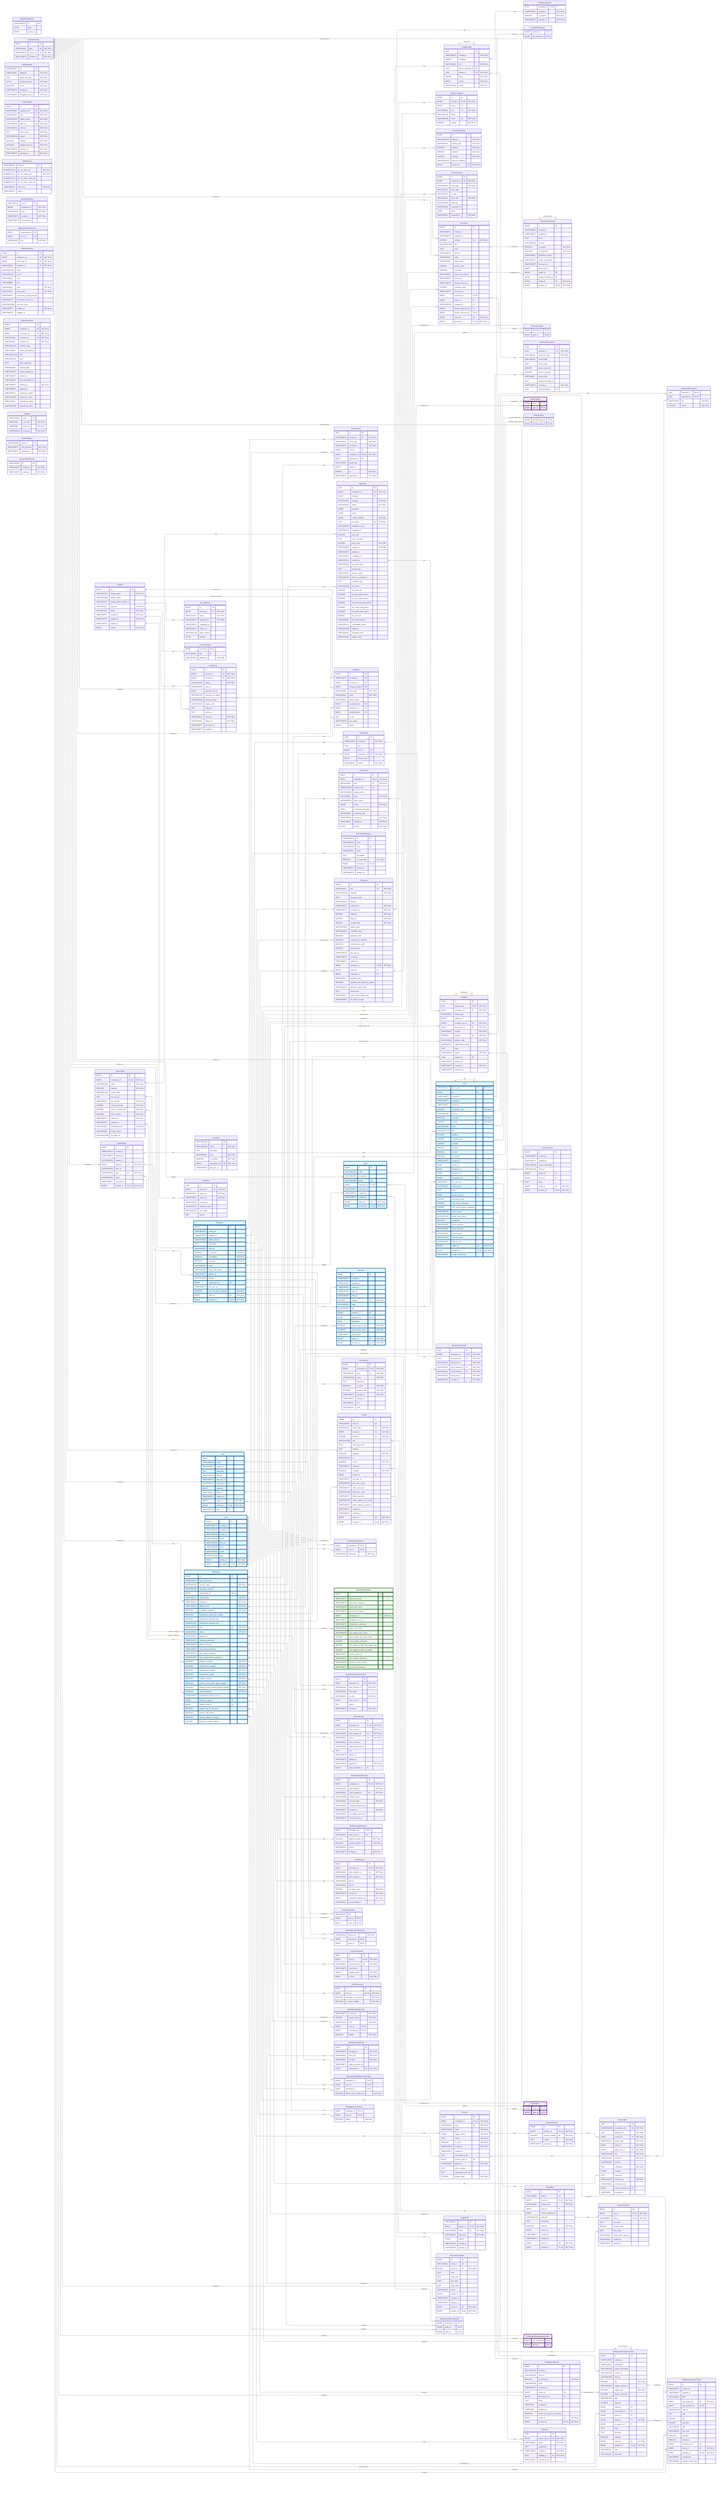
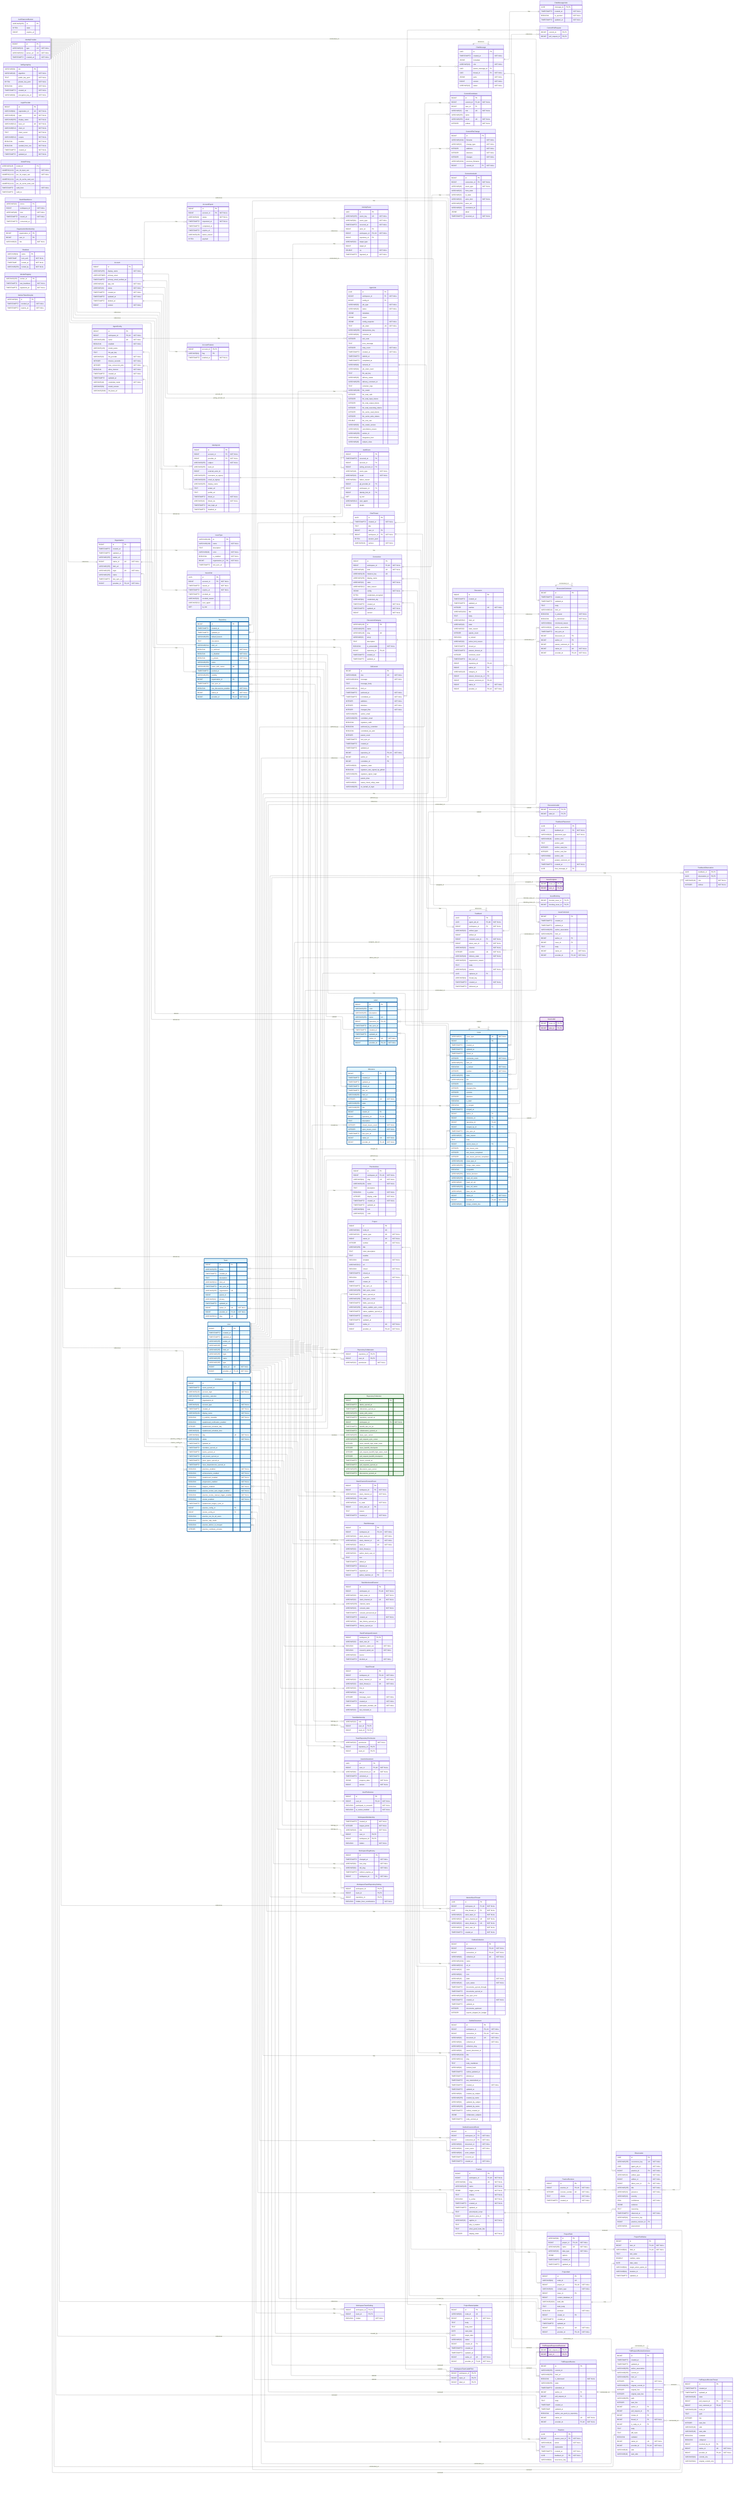
---
config:
    layout: elk
---
erDiagram
    %% Generated automatically from PostgreSQL database schema
    %% using scripts/generate-mermaid-erd.ts
    %% To regenerate: pnpm run db:generate-erd-docs

    direction LR

    Account {
        BIGINT id PK
        VARCHAR(255) display_name "NOT NULL"
        USER-DEFINED primary_email
        TIMESTAMPTZ primary_email_verified_at
        VARCHAR(16) app_role "NOT NULL"
        VARCHAR(16) status "NOT NULL"
        TIMESTAMPTZ created_at "NOT NULL"
        TIMESTAMPTZ updated_at "NOT NULL"
        TIMESTAMPTZ deleted_at
        BIGINT version "NOT NULL"
    }

    AccountExport {
        BIGINT id PK
        BIGINT account_id FK "NOT NULL"
        VARCHAR(16) status "NOT NULL"
        TIMESTAMPTZ requested_at "NOT NULL"
        TIMESTAMPTZ completed_at
        TIMESTAMPTZ expires_at
        VARCHAR(128) failure_reason
        BYTEA payload
    }

    AccountFeature {
        BIGINT account_id PK,FK
        VARCHAR(64) flag PK
        TIMESTAMPTZ enabled_at "NOT NULL"
    }

    ActivityEvent {
        UUID id PK
        VARCHAR(255) event_key UK "NOT NULL"
        VARCHAR(64) event_type "NOT NULL"
        TIMESTAMPTZ occurred_at "NOT NULL"
        BIGINT actor_id FK
        BIGINT workspace_id FK,UK "NOT NULL"
        BIGINT repository_id FK
        VARCHAR(32) target_type
        BIGINT target_id
        DOUBLE xp "NOT NULL"
        TIMESTAMPTZ ingested_at "NOT NULL"
    }

    AgentConfig {
        BIGINT id PK
        BIGINT workspace_id FK,UK "NOT NULL"
        VARCHAR(100) name UK "NOT NULL"
        BOOLEAN enabled "NOT NULL"
        VARCHAR(128) model_name
        TEXT llm_api_key
        VARCHAR(32) llm_provider "NOT NULL"
        INTEGER timeout_seconds "NOT NULL"
        INTEGER max_concurrent_jobs "NOT NULL"
        BOOLEAN allow_internet "NOT NULL"
        TIMESTAMPTZ created_at "NOT NULL"
        TIMESTAMPTZ updated_at
        VARCHAR(16) credential_mode "NOT NULL"
        VARCHAR(50) model_version
        VARCHAR(2048) llm_base_url
    }

    AgentJob {
        UUID id PK
        BIGINT workspace_id FK "NOT NULL"
        BIGINT config_id FK
        VARCHAR(50) job_type "NOT NULL"
        VARCHAR(20) status "NOT NULL"
        JSONB metadata
        JSONB output
        JSONB config_snapshot "NOT NULL"
        TEXT job_token UK "NOT NULL"
        VARCHAR(255) idempotency_key
        VARCHAR(64) container_id
        INTEGER exit_code
        TEXT error_message
        INTEGER retry_count "NOT NULL"
        TIMESTAMPTZ created_at "NOT NULL"
        TIMESTAMPTZ started_at
        TIMESTAMPTZ completed_at
        VARCHAR(64) network_id
        VARCHAR(64) job_token_hash
        TEXT llm_api_key
        VARCHAR(20) delivery_status
        VARCHAR(255) delivery_comment_id
        TEXT container_logs
        VARCHAR(100) llm_model
        INTEGER llm_total_calls
        INTEGER llm_total_input_tokens
        INTEGER llm_total_output_tokens
        INTEGER llm_total_reasoning_tokens
        INTEGER llm_cache_read_tokens
        INTEGER llm_cache_write_tokens
        DOUBLE llm_cost_usd
        VARCHAR(50) llm_model_version
        VARCHAR(32) cancellation_reason
        VARCHAR(255) worker_id
        VARCHAR(48) integration_kind
        VARCHAR(48) subject_class
    }

    AuthEvent {
        BIGINT id PK
        TIMESTAMPTZ occurred_at PK
        BIGINT account_id FK
        BIGINT acting_account_id FK
        VARCHAR(48) event_type "NOT NULL"
        VARCHAR(16) result "NOT NULL"
        VARCHAR(64) failure_reason
        BIGINT git_provider_id FK
        BIGINT workspace_id FK
        BIGINT identity_link_id FK
        INET ip_inet
        VARCHAR(512) user_agent
        JSONB details
    }

    AuthRateLimitBucket {
        VARCHAR(255) id PK
        BYTEA state
        BIGINT expires_at
    }

    ChatMessage {
        UUID id PK
        TIMESTAMPTZ created_at "NOT NULL"
        JSONB metadata
        VARCHAR(16) role "NOT NULL"
        UUID parent_message_id FK
        UUID thread_id FK "NOT NULL"
        JSONB parts "NOT NULL"
        BIGINT version "NOT NULL"
        VARCHAR(16) status "NOT NULL"
    }

    ChatMessageVote {
        UUID message_id PK,FK
        TIMESTAMPTZ created_at "NOT NULL"
        BOOLEAN is_upvoted "NOT NULL"
        TIMESTAMPTZ updated_at "NOT NULL"
    }

    ChatThread {
        UUID id PK
        TIMESTAMPTZ created_at "NOT NULL"
        TEXT title
        BIGINT user_id FK
        BIGINT workspace_id FK "NOT NULL"
        BYTEA session_jsonl
        VARCHAR(16) surface "NOT NULL"
    }

    CommitContributor {
        BIGINT id PK
        BIGINT commit_id FK,UK "NOT NULL"
        BIGINT user_id FK
        VARCHAR(32) role UK "NOT NULL"
        VARCHAR(255) name
        VARCHAR(255) email UK "NOT NULL"
        INTEGER ordinal "NOT NULL"
    }

    CommitFileChange {
        BIGINT id PK
        VARCHAR(1024) filename "NOT NULL"
        VARCHAR(32) change_type "NOT NULL"
        INTEGER additions "NOT NULL"
        INTEGER deletions "NOT NULL"
        INTEGER changes "NOT NULL"
        VARCHAR(1024) previous_filename
        BIGINT commit_id FK "NOT NULL"
    }

    CommitPullRequest {
        BIGINT commit_id PK,FK
        BIGINT pull_request_id PK,FK
    }

    Connection {
        BIGINT id PK
        BIGINT workspace_id FK,UK "NOT NULL"
        VARCHAR(48) kind UK "NOT NULL"
        VARCHAR(128) instance_key UK
        VARCHAR(256) display_name
        VARCHAR(32) state "NOT NULL"
        VARCHAR(512) state_reason
        JSONB config "NOT NULL"
        BYTEA credentials_encrypted
        VARCHAR(64) credentials_alg
        TIMESTAMPTZ created_at "NOT NULL"
        TIMESTAMPTZ updated_at "NOT NULL"
        BIGINT version "NOT NULL"
    }

    ConnectionAudit {
        BIGINT id PK
        BIGINT connection_id FK "NOT NULL"
        VARCHAR(48) event_type "NOT NULL"
        VARCHAR(32) from_state
        VARCHAR(32) to_state
        VARCHAR(32) actor_kind "NOT NULL"
        VARCHAR(256) actor_ref
        VARCHAR(64) correlation_id
        JSONB detail
        TIMESTAMPTZ occurred_at "NOT NULL"
    }

    Discussion {
        BIGINT id PK
        TIMESTAMPTZ created_at
        TIMESTAMPTZ updated_at
        INTEGER number UK "NOT NULL"
        VARCHAR(1024) title
        TEXT body
        VARCHAR(512) html_url
        VARCHAR(16) state
        VARCHAR(32) state_reason
        INTEGER upvote_count
        BOOLEAN is_locked
        VARCHAR(32) active_lock_reason
        TIMESTAMPTZ closed_at
        TIMESTAMPTZ answer_chosen_at
        INTEGER comment_count
        TIMESTAMPTZ last_sync_at
        BIGINT repository_id FK,UK
        BIGINT author_id FK
        VARCHAR(128) category_id FK
        BIGINT answer_chosen_by_id FK
        BIGINT answer_comment_id FK,UK
        BIGINT native_id UK "NOT NULL"
        BIGINT provider_id FK,UK "NOT NULL"
    }

    DiscussionCategory {
        VARCHAR(128) id PK
        VARCHAR(255) name
        VARCHAR(128) slug UK
        VARCHAR(32) emoji
        TEXT description
        BOOLEAN is_answerable "NOT NULL"
        BIGINT repository_id FK,UK
        TIMESTAMPTZ created_at
        TIMESTAMPTZ updated_at
    }

    DiscussionComment {
        BIGINT id PK
        TIMESTAMPTZ created_at
        TIMESTAMPTZ updated_at
        TEXT body
        VARCHAR(512) html_url
        BOOLEAN is_answer "NOT NULL"
        BOOLEAN is_minimized "NOT NULL"
        VARCHAR(64) minimized_reason
        VARCHAR(32) author_association
        TIMESTAMPTZ last_sync_at
        BIGINT discussion_id FK
        BIGINT author_id FK
        BIGINT parent_comment_id FK
        BIGINT native_id UK "NOT NULL"
        BIGINT provider_id FK,UK "NOT NULL"
    }

    DiscussionLabel {
        BIGINT discussion_id PK,FK
        BIGINT label_id PK,FK
    }

    Feedback {
        UUID id PK
        UUID agent_job_id FK,UK "NOT NULL"
        BIGINT workspace_id FK "NOT NULL"
        VARCHAR(32) artifact_type
        BIGINT artifact_id
        BIGINT recipient_user_id FK "NOT NULL"
        BIGINT about_user_id FK "NOT NULL"
        VARCHAR(32) channel "NOT NULL"
        INTEGER position UK "NOT NULL"
        VARCHAR(16) delivery_state "NOT NULL"
        VARCHAR(32) suppression_reason
        TEXT body
        VARCHAR(16) source "NOT NULL"
        UUID replaces_id FK
        VARCHAR(64) thread_key
        TIMESTAMPTZ created_at "NOT NULL"
        TIMESTAMPTZ delivered_at
    }

    FeedbackObservation {
        UUID feedback_id PK,FK
        UUID observation_id PK,FK
        VARCHAR(16) role "NOT NULL"
        INTEGER ordinal "NOT NULL"
    }

    FeedbackPlacement {
        UUID id PK
        UUID feedback_id FK "NOT NULL"
        VARCHAR(32) placement_type "NOT NULL"
        VARCHAR(16) anchor_kind
        TEXT anchor_path
        INTEGER anchor_start_line
        INTEGER anchor_end_line
        VARCHAR(8) anchor_side
        TEXT posted_comment_ref
        TIMESTAMPTZ created_at "NOT NULL"
        UUID chat_message_id FK
    }

    GitCommit {
        BIGINT id PK
        VARCHAR(40) sha UK "NOT NULL"
        VARCHAR(1024) message "NOT NULL"
        TEXT message_body
        VARCHAR(512) html_url
        TIMESTAMPTZ authored_at "NOT NULL"
        TIMESTAMPTZ committed_at "NOT NULL"
        INTEGER additions "NOT NULL"
        INTEGER deletions "NOT NULL"
        INTEGER changed_files "NOT NULL"
        VARCHAR(255) author_email
        VARCHAR(255) committer_email
        BOOLEAN signature_valid
        BOOLEAN authored_by_committer
        BOOLEAN committed_via_web
        INTEGER parent_count
        TIMESTAMPTZ last_sync_at
        TIMESTAMPTZ created_at
        TIMESTAMPTZ updated_at
        BIGINT repository_id FK,UK "NOT NULL"
        BIGINT author_id FK
        BIGINT committer_id FK
        VARCHAR(32) signature_state
        BOOLEAN signature_was_signed_by_github
        VARCHAR(255) signature_signer_login
        TEXT parent_shas
        VARCHAR(32) status_check_rollup_state
        VARCHAR(255) on_behalf_of_login
    }

    IdentityLink {
        BIGINT id PK
        BIGINT account_id FK "NOT NULL"
        BIGINT provider_id FK "NOT NULL"
        VARCHAR(255) subject "NOT NULL"
        VARCHAR(255) team_id
        BIGINT external_actor_id
        VARCHAR(255) username_at_signup
        VARCHAR(320) email_at_signup
        VARCHAR(255) display_name
        TEXT avatar_url
        TEXT profile_url
        TIMESTAMPTZ linked_at "NOT NULL"
        VARCHAR(16) linked_via "NOT NULL"
        TIMESTAMPTZ last_login_at
        TIMESTAMPTZ disabled_at
    }

    IdentityProvider {
        BIGINT id PK
        VARCHAR(10) type UK "NOT NULL"
        VARCHAR(512) server_url UK "NOT NULL"
        TIMESTAMPTZ created_at "NOT NULL"
    }

    Issue {
        VARCHAR(31) issue_type UK "NOT NULL"
        BIGINT id PK
        TIMESTAMPTZ created_at
        TIMESTAMPTZ updated_at
        TIMESTAMPTZ closed_at
        INTEGER comments_count "NOT NULL"
        VARCHAR(255) html_url
        BOOLEAN is_locked "NOT NULL"
        INTEGER number UK "NOT NULL"
        VARCHAR(255) state
        VARCHAR(1024) title
        INTEGER additions
        INTEGER changed_files
        INTEGER commits
        INTEGER deletions
        BOOLEAN is_draft
        BOOLEAN is_merged
        TIMESTAMPTZ merged_at
        BIGINT author_id FK
        BIGINT milestone_id FK
        BIGINT repository_id FK,UK
        BIGINT merged_by_id FK
        TIMESTAMPTZ last_sync_at
        VARCHAR(32) state_reason
        TEXT body
        BIGINT parent_issue_id FK
        INTEGER sub_issues_total
        INTEGER sub_issues_completed
        INTEGER sub_issues_percent_completed
        VARCHAR(128) issue_type_id FK
        VARCHAR(255) merge_state_status
        BOOLEAN mergeable
        VARCHAR(255) review_decision
        VARCHAR(255) head_ref_name
        VARCHAR(40) head_ref_oid
        VARCHAR(255) base_ref_name
        VARCHAR(40) base_ref_oid
        BIGINT native_id UK "NOT NULL"
        BIGINT provider_id FK,UK "NOT NULL"
        VARCHAR(40) merge_commit_sha
    }

    IssueAssignee {
        BIGINT issue_id PK,FK
        BIGINT user_id PK,FK
    }

    IssueBlocking {
        BIGINT blocked_issue_id PK,FK
        BIGINT blocking_issue_id PK,FK
    }

    IssueComment {
        BIGINT id PK
        TIMESTAMPTZ created_at
        TIMESTAMPTZ updated_at
        VARCHAR(255) author_association
        VARCHAR(255) html_url
        BIGINT author_id FK
        BIGINT issue_id FK
        TEXT body
        BIGINT native_id UK "NOT NULL"
        BIGINT provider_id FK,UK "NOT NULL"
    }

    IssueLabel {
        BIGINT issue_id PK,FK
        BIGINT label_id PK,FK
    }

    IssueType {
        VARCHAR(128) id PK
        VARCHAR(128) name "NOT NULL"
        TEXT description
        VARCHAR(20) color "NOT NULL"
        BOOLEAN is_enabled "NOT NULL"
        BIGINT organization_id FK "NOT NULL"
        TIMESTAMPTZ last_sync_at
    }

    IssuedJwt {
        UUID jti PK
        BIGINT account_id FK "NOT NULL"
        TIMESTAMPTZ issued_at "NOT NULL"
        TIMESTAMPTZ expires_at "NOT NULL"
        TIMESTAMPTZ revoked_at
        VARCHAR(32) revoked_reason
        VARCHAR(512) user_agent
        INET ip_inet
    }

    JwtSigningKey {
        VARCHAR(64) kid PK
        VARCHAR(16) algorithm "NOT NULL"
        TEXT public_key_pem "NOT NULL"
        BYTEA private_key_pem "NOT NULL"
        BOOLEAN active "NOT NULL"
        TIMESTAMPTZ created_at "NOT NULL"
        VARCHAR(64) encryption_key_id "NOT NULL"
    }

    Label {
        BIGINT id PK
        VARCHAR(255) color
        VARCHAR(255) description
        VARCHAR(255) name UK
        BIGINT repository_id FK,UK
        TIMESTAMPTZ last_sync_at
        TIMESTAMPTZ created_at
        TIMESTAMPTZ updated_at
        BIGINT native_id UK "NOT NULL"
        BIGINT provider_id FK,UK "NOT NULL"
    }

    LoginProvider {
        BIGINT id PK
        VARCHAR(64) registration_id UK "NOT NULL"
        VARCHAR(10) type UK "NOT NULL"
        VARCHAR(255) display_name "NOT NULL"
        VARCHAR(512) base_url UK "NOT NULL"
        VARCHAR(512) client_id "NOT NULL"
        TEXT client_secret "NOT NULL"
        VARCHAR(512) scopes "NOT NULL"
        BOOLEAN enabled "NOT NULL"
        BOOLEAN seeded_from_env "NOT NULL"
        TIMESTAMPTZ created_at "NOT NULL"
        TIMESTAMPTZ updated_at "NOT NULL"
    }

    MentorSlackThread {
        UUID id PK
        BIGINT workspace_id FK,UK "NOT NULL"
        UUID chat_thread_id FK "NOT NULL"
        VARCHAR(32) slack_team_id "NOT NULL"
        VARCHAR(32) slack_channel_id UK "NOT NULL"
        VARCHAR(32) slack_thread_ts UK "NOT NULL"
        VARCHAR(32) slack_user_id "NOT NULL"
        TIMESTAMPTZ created_at "NOT NULL"
    }

    Milestone {
        BIGINT id PK
        TIMESTAMPTZ created_at
        TIMESTAMPTZ updated_at
        TIMESTAMPTZ closed_at
        TIMESTAMPTZ due_on
        VARCHAR(255) html_url
        INTEGER number UK "NOT NULL"
        VARCHAR(255) state
        VARCHAR(255) title
        BIGINT creator_id FK
        BIGINT repository_id FK,UK
        TEXT description
        INTEGER closed_issues_count "NOT NULL"
        INTEGER open_issues_count "NOT NULL"
        TIMESTAMPTZ last_sync_at
        BIGINT native_id UK "NOT NULL"
        BIGINT provider_id FK,UK "NOT NULL"
    }

    ModelPricing {
        VARCHAR(128) model_id PK
        NUMERIC(12,6) per_1k_input_usd "NOT NULL"
        NUMERIC(12,6) per_1k_output_usd "NOT NULL"
        NUMERIC(12,6) per_1k_cache_read_usd
        NUMERIC(12,6) per_1k_cache_write_usd
        TIMESTAMPTZ valid_from "NOT NULL"
        TIMESTAMPTZ valid_to
    }

    OauthStateNonce {
        VARCHAR(32) nonce PK
        BIGINT workspace_id "NOT NULL"
        VARCHAR(48) kind "NOT NULL"
        TIMESTAMPTZ issued_at "NOT NULL"
        TIMESTAMPTZ consumed_at
    }

    Observation {
        UUID id PK
        VARCHAR(255) occurrence_key UK "NOT NULL"
        UUID agent_job_id "NOT NULL"
        BIGINT practice_id FK "NOT NULL"
        VARCHAR(32) artifact_type "NOT NULL"
        BIGINT artifact_id "NOT NULL"
        BIGINT about_user_id FK "NOT NULL"
        VARCHAR(255) title "NOT NULL"
        VARCHAR(16) presence "NOT NULL"
        VARCHAR(16) severity
        REAL confidence "NOT NULL"
        JSONB evidence
        TEXT reasoning
        TIMESTAMPTZ observed_at "NOT NULL"
        VARCHAR(64) recurrence_key
        BIGINT practice_revision_id FK
        VARCHAR(8) assessment
    }

    Organization {
        BIGINT id PK
        TIMESTAMPTZ created_at
        TIMESTAMPTZ updated_at
        VARCHAR(255) avatar_url
        BIGINT native_id UK "NOT NULL"
        VARCHAR(255) html_url
        VARCHAR(255) login UK "NOT NULL"
        VARCHAR(255) name
        TIMESTAMPTZ last_sync_at
        BIGINT provider_id FK,UK "NOT NULL"
    }

    OrganizationMembership {
        BIGINT organization_id PK
        BIGINT user_id PK
        VARCHAR(32) role "NOT NULL"
    }

    OutlineCollection {
        BIGINT id PK
-         BIGINT workspace_id UK "NOT NULL"
-         BIGINT connection_id UK "NOT NULL"
+         BIGINT workspace_id FK,UK "NOT NULL"
+         BIGINT connection_id FK,UK "NOT NULL"
        VARCHAR(64) collection_id UK "NOT NULL"
        VARCHAR(1024) name
        VARCHAR(512) url_id
        VARCHAR(32) color
        VARCHAR(64) icon
        VARCHAR(16) state "NOT NULL"
        VARCHAR(16) sync_status "NOT NULL"
        TIMESTAMPTZ documents_synced_through
        TIMESTAMPTZ documents_synced_at
        VARCHAR(2048) last_sync_error
        TIMESTAMPTZ created_at "NOT NULL"
        TIMESTAMPTZ updated_at
+         INTEGER documents_upstream
+         INTEGER exports_skipped_for_budget
    }

    OutlineDocument {
        BIGINT id PK
-         BIGINT workspace_id UK "NOT NULL"
-         BIGINT connection_id UK "NOT NULL"
+         BIGINT workspace_id FK,UK "NOT NULL"
+         BIGINT connection_id FK,UK "NOT NULL"
        VARCHAR(64) document_id UK "NOT NULL"
        VARCHAR(64) collection_id "NOT NULL"
        VARCHAR(512) collection_slug
        VARCHAR(64) parent_document_id
        VARCHAR(1024) title
        VARCHAR(512) slug
        TEXT body_markdown
        VARCHAR(64) content_hash
        TIMESTAMPTZ outline_updated_at
        TIMESTAMPTZ deleted_at
        TIMESTAMPTZ last_materialized_at
        TIMESTAMPTZ created_at "NOT NULL"
        TIMESTAMPTZ updated_at
        VARCHAR(64) created_by_subject
        VARCHAR(255) created_by_name
        VARCHAR(64) updated_by_subject
        VARCHAR(255) updated_by_name
+         TIMESTAMPTZ outline_created_at
+         JSONB collaborator_subjects
+         TIMESTAMPTZ body_evicted_at
+     }
+ 
+     OutlineDocumentEvent {
+         BIGINT id PK
+         BIGINT workspace_id FK "NOT NULL"
+         BIGINT connection_id FK "NOT NULL"
+         VARCHAR(64) document_id "NOT NULL"
+         VARCHAR(64) event_name "NOT NULL"
+         VARCHAR(64) actor_subject
+         TIMESTAMPTZ occurred_at
+         TIMESTAMPTZ created_at "NOT NULL"
    }

    Practice {
        BIGINT id PK
        BIGINT workspace_id FK,UK "NOT NULL"
        VARCHAR(64) slug UK "NOT NULL"
        VARCHAR(128) name "NOT NULL"
        JSONB trigger_events "NOT NULL"
        TEXT criteria "NOT NULL"
        BOOLEAN is_active "NOT NULL"
        TIMESTAMPTZ created_at "NOT NULL"
        TIMESTAMPTZ updated_at
        TEXT precompute_script
        BIGINT practice_area_id FK
        VARCHAR(32) applies_to "NOT NULL"
        TEXT why_it_matters
        TEXT what_good_looks_like
        INTEGER display_order "NOT NULL"
    }

    PracticeArea {
        BIGINT id PK
        BIGINT workspace_id FK,UK "NOT NULL"
        VARCHAR(64) slug UK "NOT NULL"
        VARCHAR(128) name "NOT NULL"
        TEXT description
        BOOLEAN is_active "NOT NULL"
        INTEGER display_order "NOT NULL"
        TIMESTAMPTZ created_at "NOT NULL"
        TIMESTAMPTZ updated_at
        VARCHAR(64) icon
        VARCHAR(32) color
    }

    PracticeRevision {
        BIGINT id PK
        BIGINT practice_id FK,UK "NOT NULL"
        INTEGER revision_number UK "NOT NULL"
        TEXT criteria "NOT NULL"
        TIMESTAMPTZ created_at "NOT NULL"
    }

    Project {
        BIGINT id PK
        VARCHAR(64) node_id UK
        VARCHAR(32) owner_type UK "NOT NULL"
        BIGINT owner_id UK "NOT NULL"
        INTEGER number UK "NOT NULL"
        VARCHAR(256) title
        TEXT short_description
        TEXT readme
        BOOLEAN template "NOT NULL"
        VARCHAR(512) url
        BOOLEAN closed "NOT NULL"
        TIMESTAMPTZ closed_at
        BOOLEAN is_public "NOT NULL"
        BIGINT creator_id FK
        TIMESTAMPTZ last_sync_at
        VARCHAR(256) item_sync_cursor
        TIMESTAMPTZ items_synced_at
        VARCHAR(256) field_sync_cursor
        TIMESTAMPTZ fields_synced_at
        VARCHAR(256) status_update_sync_cursor
        TIMESTAMPTZ status_updates_synced_at
        TIMESTAMPTZ created_at
        TIMESTAMPTZ updated_at
        BIGINT native_id UK "NOT NULL"
        BIGINT provider_id FK,UK "NOT NULL"
    }

    ProjectField {
        VARCHAR(64) id PK
        BIGINT project_id FK,UK "NOT NULL"
        VARCHAR(256) name UK "NOT NULL"
        VARCHAR(32) data_type "NOT NULL"
        JSONB options
        TIMESTAMPTZ created_at
        TIMESTAMPTZ updated_at
    }

    ProjectFieldValue {
        BIGINT id PK
        BIGINT item_id FK,UK "NOT NULL"
        VARCHAR(64) field_id FK,UK "NOT NULL"
        TEXT text_value
        DOUBLE number_value
        DATE date_value
        VARCHAR(64) single_select_option_id
        VARCHAR(64) iteration_id
        TIMESTAMPTZ updated_at
    }

    ProjectItem {
        BIGINT id PK
        VARCHAR(64) node_id UK
        BIGINT project_id FK,UK "NOT NULL"
        VARCHAR(32) content_type "NOT NULL"
        BIGINT issue_id FK
        BIGINT content_database_id
        VARCHAR(1024) draft_title
        TEXT draft_body
        BOOLEAN archived "NOT NULL"
        BIGINT creator_id FK
        TIMESTAMPTZ created_at
        TIMESTAMPTZ updated_at
        BIGINT native_id UK "NOT NULL"
        BIGINT provider_id FK,UK "NOT NULL"
    }

    ProjectStatusUpdate {
        BIGINT id PK
        VARCHAR(64) node_id UK
        BIGINT project_id FK "NOT NULL"
        TEXT body
        TEXT body_html
        DATE start_date
        DATE target_date
        VARCHAR(32) status
        BIGINT creator_id FK
        TIMESTAMPTZ created_at
        TIMESTAMPTZ updated_at
        BIGINT native_id UK "NOT NULL"
        BIGINT provider_id FK,UK "NOT NULL"
    }

    PullRequestRequestedReviewer {
        BIGINT pull_request_id PK,FK
        BIGINT user_id PK,FK
    }

    PullRequestReview {
        BIGINT id PK
        VARCHAR(255) commit_id
        VARCHAR(255) html_url
        BOOLEAN is_dismissed "NOT NULL"
        VARCHAR(255) state
        TIMESTAMPTZ submitted_at
        BIGINT author_id FK
        BIGINT pull_request_id FK
        TEXT body
        TIMESTAMP created_at
        TIMESTAMP updated_at
        BOOLEAN author_can_push_to_repository
        BIGINT native_id UK "NOT NULL"
        BIGINT provider_id FK,UK "NOT NULL"
    }

    PullRequestReviewComment {
        BIGINT id PK
        TIMESTAMPTZ created_at
        TIMESTAMPTZ updated_at
        VARCHAR(255) author_association
        VARCHAR(255) commit_id
        VARCHAR(255) html_url
        INTEGER line "NOT NULL"
        VARCHAR(255) original_commit_id
        INTEGER original_line "NOT NULL"
        INTEGER original_start_line
        VARCHAR(255) path
        INTEGER start_line
        BIGINT author_id FK
        BIGINT pull_request_id FK
        BIGINT review_id FK
        BIGINT thread_id FK "NOT NULL"
        BIGINT in_reply_to_id FK
        TEXT body
        TEXT diff_hunk
        BOOLEAN outdated
        BIGINT native_id UK "NOT NULL"
        BIGINT provider_id FK,UK "NOT NULL"
        VARCHAR(16) side
        VARCHAR(16) start_side
    }

    PullRequestReviewThread {
        BIGINT id PK
        TIMESTAMPTZ created_at
        TIMESTAMPTZ updated_at
        VARCHAR(20) state
        BIGINT pull_request_id FK "NOT NULL"
        BIGINT root_comment_id FK,UK
        VARCHAR(128) node_id
        TEXT path
        INTEGER line
        INTEGER start_line
        VARCHAR(16) side
        VARCHAR(16) start_side
        BOOLEAN outdated
        BOOLEAN collapsed
        BIGINT resolved_by_id FK
        BIGINT native_id UK "NOT NULL"
        BIGINT provider_id FK,UK "NOT NULL"
        VARCHAR(64) commit_sha
        VARCHAR(64) original_commit_sha
    }

    Reaction {
        UUID id PK
        BIGINT reactor_user_id FK "NOT NULL"
        VARCHAR(16) action "NOT NULL"
        TEXT explanation
        TIMESTAMPTZ created_at "NOT NULL"
        UUID feedback_id FK "NOT NULL"
        VARCHAR(64) recurrence_key
    }

    Repository {
        BIGINT id PK
        TIMESTAMPTZ created_at
        TIMESTAMPTZ updated_at
        VARCHAR(255) default_branch
        TEXT description
        VARCHAR(512) html_url
        BOOLEAN is_archived "NOT NULL"
        BOOLEAN is_disabled "NOT NULL"
        BOOLEAN is_private "NOT NULL"
        VARCHAR(255) name
        VARCHAR(150) name_with_owner UK
        TIMESTAMPTZ pushed_at
        VARCHAR(255) visibility
        BIGINT organization_id FK
        TIMESTAMPTZ last_sync_at
        BOOLEAN has_discussions_enabled "NOT NULL"
        BIGINT native_id UK "NOT NULL"
        BIGINT provider_id FK,UK "NOT NULL"
    }

    RepositoryCollaborator {
        BIGINT repository_id PK,FK
        BIGINT user_id PK,FK
        VARCHAR(32) permission "NOT NULL"
    }

    RepositoryToMonitor {
        BIGINT id PK
        TIMESTAMPTZ labels_synced_at
        TIMESTAMPTZ milestones_synced_at
        VARCHAR(255) name_with_owner
        TIMESTAMPTZ repository_synced_at
        BIGINT workspace_id FK "NOT NULL"
        TIMESTAMPTZ backfill_last_run_at
        TIMESTAMPTZ collaborators_synced_at
        VARCHAR(255) issue_sync_cursor
        VARCHAR(255) pull_request_sync_cursor
        INTEGER issue_backfill_high_water_mark
        INTEGER issue_backfill_checkpoint
        INTEGER pull_request_backfill_high_water_mark
        INTEGER pull_request_backfill_checkpoint
        TIMESTAMPTZ issues_synced_at
        TIMESTAMPTZ pull_requests_synced_at
        VARCHAR(255) discussion_sync_cursor
        TIMESTAMPTZ discussions_synced_at
    }

    Shedlock {
        VARCHAR(64) name PK
        TIMESTAMP lock_until "NOT NULL"
        TIMESTAMP locked_at "NOT NULL"
        VARCHAR(255) locked_by "NOT NULL"
    }

    SlackChannelConsentEvent {
        BIGINT id PK
        BIGINT workspace_id FK "NOT NULL"
        VARCHAR(32) slack_channel_id "NOT NULL"
        VARCHAR(16) from_state
        VARCHAR(16) to_state "NOT NULL"
        BIGINT actor_user_id FK
        TEXT reason
        TIMESTAMPTZ created_at "NOT NULL"
    }

    SlackMessage {
        BIGINT id PK
        BIGINT workspace_id FK,UK "NOT NULL"
        VARCHAR(32) slack_team_id "NOT NULL"
        VARCHAR(32) slack_channel_id UK "NOT NULL"
        VARCHAR(32) slack_ts UK "NOT NULL"
        VARCHAR(32) slack_thread_ts
        VARCHAR(32) author_slack_user_id
        TEXT text
        TIMESTAMPTZ edited_at
        TIMESTAMPTZ deleted_at
        TIMESTAMPTZ ingested_at "NOT NULL"
        BIGINT author_member_id FK
    }

    SlackMonitoredChannel {
        BIGINT id PK
        BIGINT workspace_id FK,UK "NOT NULL"
        VARCHAR(32) slack_team_id "NOT NULL"
        VARCHAR(32) slack_channel_id UK "NOT NULL"
        VARCHAR(256) channel_name
        VARCHAR(16) consent_state "NOT NULL"
        TIMESTAMPTZ consent_announced_at
        TIMESTAMPTZ created_at "NOT NULL"
        VARCHAR(32) last_history_synced_ts
        TIMESTAMPTZ history_synced_at
    }

    SlackParticipantConsent {
        BIGINT workspace_id PK,FK
        VARCHAR(32) slack_user_id PK
        BOOLEAN ingestion_opted_out "NOT NULL"
        BOOLEAN research_opted_out "NOT NULL"
        VARCHAR(32) source
        TIMESTAMPTZ decided_at "NOT NULL"
    }

    SlackThread {
        BIGINT id PK
        BIGINT workspace_id FK,UK "NOT NULL"
        VARCHAR(32) slack_channel_id UK "NOT NULL"
        VARCHAR(32) slack_thread_ts UK "NOT NULL"
        VARCHAR(32) first_ts
        VARCHAR(32) last_ts
        INTEGER message_count "NOT NULL"
        TIMESTAMPTZ created_at "NOT NULL"
        ARRAY participant_member_ids "NOT NULL"
        VARCHAR(32) last_reviewed_ts
    }

    Team {
        BIGINT id PK
        VARCHAR(255) name
        TIMESTAMPTZ created_at
        TEXT description
        VARCHAR(512) html_url
        TIMESTAMPTZ last_sync_at
        VARCHAR(255) organization UK
        BIGINT parent_id
        VARCHAR(32) privacy
        TIMESTAMPTZ updated_at
        BIGINT native_id UK "NOT NULL"
        BIGINT provider_id FK,UK "NOT NULL"
        VARCHAR(512) slug UK
    }

    TeamMembership {
        VARCHAR(32) role
        BIGINT user_id PK,FK
        BIGINT team_id PK,FK
    }

    TeamRepositoryPermission {
        VARCHAR(32) permission "NOT NULL"
        BIGINT repository_id PK,FK
        BIGINT team_id PK,FK
    }

    User {
        BIGINT id PK
        TIMESTAMPTZ created_at
        TIMESTAMPTZ updated_at
        VARCHAR(255) avatar_url
        VARCHAR(255) email
        VARCHAR(255) html_url
        VARCHAR(255) login
        VARCHAR(255) name
        VARCHAR(255) type
        BIGINT native_id UK "NOT NULL"
        BIGINT provider_id FK,UK "NOT NULL"
    }

    UserAchievement {
        UUID id PK
        BIGINT user_id FK,UK "NOT NULL"
        VARCHAR(64) achievement_id UK "NOT NULL"
        TIMESTAMPTZ unlocked_at
        JSONB progress_data "NOT NULL"
        BIGINT version "NOT NULL"
    }

    UserPreference {
        BIGINT id PK
        BIGINT user_id FK,UK "NOT NULL"
        BOOLEAN participate_in_research "NOT NULL"
        BOOLEAN ai_review_enabled "NOT NULL"
    }

    WorkerRegistry {
        VARCHAR(255) worker_id PK
        TIMESTAMPTZ last_heartbeat "NOT NULL"
        TIMESTAMPTZ registered_at "NOT NULL"
    }

    WorkerTokenDenylist {
        VARCHAR(64) jti PK
        TIMESTAMPTZ revoked_at "NOT NULL"
        TIMESTAMPTZ expires_at "NOT NULL"
    }

    Workspace {
        BIGINT id PK
        TIMESTAMPTZ users_synced_at
        VARCHAR(120) account_login "NOT NULL"
        VARCHAR(255) repository_selection
        BIGINT organization_id FK,UK
        VARCHAR(10) account_type "NOT NULL"
        TIMESTAMPTZ created_at "NOT NULL"
        VARCHAR(120) display_name "NOT NULL"
        BOOLEAN is_publicly_viewable "NOT NULL"
        BOOLEAN leaderboard_notification_enabled
        INTEGER leaderboard_schedule_day
        VARCHAR(10) leaderboard_schedule_time
        VARCHAR(64) slug UK "NOT NULL"
        VARCHAR(20) status "NOT NULL"
        TIMESTAMPTZ updated_at
        TIMESTAMPTZ members_synced_at
        TIMESTAMPTZ teams_synced_at
        TIMESTAMPTZ sub_issues_synced_at
        TIMESTAMPTZ issue_types_synced_at
        TIMESTAMPTZ issue_dependencies_synced_at
        BOOLEAN practices_enabled "NOT NULL"
        BOOLEAN achievements_enabled "NOT NULL"
        BOOLEAN leaderboard_enabled "NOT NULL"
        BOOLEAN progression_enabled "NOT NULL"
        BOOLEAN leagues_enabled "NOT NULL"
        BOOLEAN practice_review_auto_trigger_enabled "NOT NULL"
        BOOLEAN practice_review_manual_trigger_enabled "NOT NULL"
        BOOLEAN mentor_enabled "NOT NULL"
        TIMESTAMPTZ leaderboard_league_cycle_at
        BIGINT practice_config_id FK
        BIGINT mentor_config_id FK
        BOOLEAN practice_run_for_all_users
        BOOLEAN practice_skip_drafts
        BOOLEAN practice_deliver_to_merged
        INTEGER practice_cooldown_minutes
    }

    WorkspaceMembership {
        TIMESTAMPTZ created_at "NOT NULL"
        INTEGER league_points "NOT NULL"
        VARCHAR(16) role "NOT NULL"
        BIGINT user_id PK,FK
        BIGINT workspace_id PK,FK
        BOOLEAN hidden "NOT NULL"
    }

    WorkspaceSlugHistory {
        BIGINT id PK
        TIMESTAMPTZ changed_at "NOT NULL"
        VARCHAR(64) new_slug "NOT NULL"
        VARCHAR(64) old_slug "NOT NULL"
        TIMESTAMPTZ redirect_expires_at
        BIGINT workspace_id FK "NOT NULL"
    }

    WorkspaceTeamLabelFilter {
        BIGINT workspace_id PK,FK
        BIGINT team_id PK,FK
        BIGINT label_id PK,FK
    }

    WorkspaceTeamRepositorySetting {
        BIGINT workspace_id PK,FK
        BIGINT team_id PK,FK
        BIGINT repository_id PK,FK
        BOOLEAN hidden_from_contributions "NOT NULL"
    }

    WorkspaceTeamSetting {
        BIGINT workspace_id PK,FK
        BIGINT team_id PK,FK
        BOOLEAN hidden "NOT NULL"
    }

    %% Relationships
    %% One-to-One relationships
    Account ||--|| AccountFeature : has
    Workspace ||--|| ActivityEvent : has
    Workspace ||--|| AgentConfig : has
    ChatMessage ||--|| ChatMessageVote : has
    GitCommit ||--|| CommitContributor : has
    Workspace ||--|| Connection : has
    Repository ||--|| Discussion : has
    DiscussionComment ||--|| Discussion : references
    IdentityProvider ||--|| Discussion : references
    Repository ||--|| DiscussionCategory : has
    IdentityProvider ||--|| DiscussionComment : commented_on
    AgentJob ||--|| Feedback : has
    Repository ||--|| GitCommit : has
    Repository ||--|| Issue : has
    IdentityProvider ||--|| Issue : references
    IdentityProvider ||--|| IssueComment : commented_on
    Repository ||--|| Label : labeled
    IdentityProvider ||--|| Label : labeled
    Workspace ||--|| MentorSlackThread : has
    Repository ||--|| Milestone : has
    IdentityProvider ||--|| Milestone : references
    IdentityProvider ||--|| Organization : references
+     Workspace ||--|| OutlineCollection : has
+     Connection ||--|| OutlineCollection : has
+     Workspace ||--|| OutlineDocument : has
+     Connection ||--|| OutlineDocument : has
    Workspace ||--|| Practice : has
    Workspace ||--|| PracticeArea : has
    Practice ||--|| PracticeRevision : has
    IdentityProvider ||--|| Project : references
    Project ||--|| ProjectField : has
    ProjectItem ||--|| ProjectFieldValue : has
    ProjectField ||--|| ProjectFieldValue : has
    Project ||--|| ProjectItem : has
    IdentityProvider ||--|| ProjectItem : references
    IdentityProvider ||--|| ProjectStatusUpdate : references
    IdentityProvider ||--|| PullRequestReview : reviewed
    IdentityProvider ||--|| PullRequestReviewComment : commented_on
    PullRequestReviewComment ||--|| PullRequestReviewThread : reviewed
    IdentityProvider ||--|| PullRequestReviewThread : reviewed
    IdentityProvider ||--|| Repository : references
    Workspace ||--|| SlackMessage : has
    Workspace ||--|| SlackMonitoredChannel : has
    Workspace ||--|| SlackParticipantConsent : has
    Workspace ||--|| SlackThread : has
    IdentityProvider ||--|| Team : references
    IdentityProvider ||--|| User : references
    User ||--|| UserAchievement : has
    User ||--|| UserPreference : has
    Organization ||--|| Workspace : has
    User ||--|| WorkspaceMembership : belongs_to
    Workspace ||--|| WorkspaceMembership : belongs_to

    %% One-to-Many relationships
    Account ||--o{ AccountExport : has
    User ||--o{ ActivityEvent : references
    Repository ||--o{ ActivityEvent : has
    Workspace ||--o{ AgentJob : has
    AgentConfig ||--o{ AgentJob : has
    Account ||--o{ AuthEvent : account_id
    Account ||--o{ AuthEvent : acting_account_id
    IdentityProvider ||--o{ AuthEvent : references
    Workspace ||--o{ AuthEvent : has
    IdentityLink ||--o{ AuthEvent : has
    ChatMessage ||--o{ ChatMessage : references
    ChatThread ||--o{ ChatMessage : has
    User ||--o{ ChatThread : has
    Workspace ||--o{ ChatThread : has
    User ||--o{ CommitContributor : has
    GitCommit ||--o{ CommitFileChange : has
    Connection ||--o{ ConnectionAudit : has
    User ||--o{ Discussion : authored_by
    DiscussionCategory ||--o{ Discussion : has
    User ||--o{ Discussion : references
    Discussion ||--o{ DiscussionComment : commented_on
    User ||--o{ DiscussionComment : commented_on
    DiscussionComment ||--o{ DiscussionComment : commented_on
    Workspace ||--o{ Feedback : has
    User ||--o{ Feedback : recipient_user_id
    User ||--o{ Feedback : about_user_id
    Feedback ||--o{ Feedback : references
    Feedback ||--o{ FeedbackPlacement : has
    ChatMessage ||--o{ FeedbackPlacement : has
    User ||--o{ GitCommit : authored_by
    User ||--o{ GitCommit : references
    Account ||--o{ IdentityLink : has
    IdentityProvider ||--o{ IdentityLink : references
    User ||--o{ Issue : authored_by
    Milestone ||--o{ Issue : has
    User ||--o{ Issue : merged_by
    Issue ||--o{ Issue : has
    IssueType ||--o{ Issue : has
    User ||--o{ IssueComment : commented_on
    Issue ||--o{ IssueComment : commented_on
    Organization ||--o{ IssueType : has
    Account ||--o{ IssuedJwt : has
    ChatThread ||--o{ MentorSlackThread : has
    User ||--o{ Milestone : created_by
    Practice ||--o{ Observation : has
    User ||--o{ Observation : has
    PracticeRevision ||--o{ Observation : has
+     Workspace ||--o{ OutlineDocumentEvent : has
+     Connection ||--o{ OutlineDocumentEvent : has
    PracticeArea ||--o{ Practice : has
    User ||--o{ Project : created_by
    Issue ||--o{ ProjectItem : has
    User ||--o{ ProjectItem : created_by
    Project ||--o{ ProjectStatusUpdate : has
    User ||--o{ ProjectStatusUpdate : created_by
    User ||--o{ PullRequestReview : reviewed
    Issue ||--o{ PullRequestReview : reviewed
    User ||--o{ PullRequestReviewComment : commented_on
    Issue ||--o{ PullRequestReviewComment : commented_on
    PullRequestReview ||--o{ PullRequestReviewComment : commented_on
    PullRequestReviewThread ||--o{ PullRequestReviewComment : commented_on
    PullRequestReviewComment ||--o{ PullRequestReviewComment : commented_on
    Issue ||--o{ PullRequestReviewThread : reviewed
    User ||--o{ PullRequestReviewThread : reviewed
    User ||--o{ Reaction : has
    Feedback ||--o{ Reaction : has
    Organization ||--o{ Repository : has
    Workspace ||--o{ RepositoryToMonitor : monitors
    Workspace ||--o{ SlackChannelConsentEvent : has
    User ||--o{ SlackChannelConsentEvent : has
    User ||--o{ SlackMessage : authored_by
    AgentConfig ||--o{ Workspace : practice_config_id
    AgentConfig ||--o{ Workspace : mentor_config_id
    Workspace ||--o{ WorkspaceSlugHistory : has

    %% Many-to-Many relationships
    GitCommit }o--o{ CommitPullRequest : has
    Issue }o--o{ CommitPullRequest : references
    Discussion }o--o{ DiscussionLabel : labeled
    Label }o--o{ DiscussionLabel : labeled
    Feedback }o--o{ FeedbackObservation : has
    Observation }o--o{ FeedbackObservation : has
    Issue }o--o{ IssueAssignee : assigned_to
    User }o--o{ IssueAssignee : assigned_to
    Issue }o--o{ IssueBlocking : blocked_issue_id
    Issue }o--o{ IssueBlocking : blocking_issue_id
    Issue }o--o{ IssueLabel : labeled
    Label }o--o{ IssueLabel : labeled
    Issue }o--o{ PullRequestRequestedReviewer : reviewed
    User }o--o{ PullRequestRequestedReviewer : reviewed
    Repository }o--o{ RepositoryCollaborator : has
    User }o--o{ RepositoryCollaborator : has
    User }o--o{ TeamMembership : belongs_to
    Team }o--o{ TeamMembership : belongs_to
    Repository }o--o{ TeamRepositoryPermission : has
    Team }o--o{ TeamRepositoryPermission : has
    Workspace }o--o{ WorkspaceTeamLabelFilter : labeled
    Team }o--o{ WorkspaceTeamLabelFilter : labeled
    Label }o--o{ WorkspaceTeamLabelFilter : labeled
    Workspace }o--o{ WorkspaceTeamRepositorySetting : has
    Team }o--o{ WorkspaceTeamRepositorySetting : has
    Repository }o--o{ WorkspaceTeamRepositorySetting : has
    Workspace }o--o{ WorkspaceTeamSetting : has
    Team }o--o{ WorkspaceTeamSetting : has

    %% Styling
    classDef primaryEntity fill:#e1f5fe,stroke:#01579b,stroke-width:2px
    classDef associationEntity fill:#f3e5f5,stroke:#4a148c,stroke-width:2px
    classDef metadataEntity fill:#e8f5e8,stroke:#1b5e20,stroke-width:2px

    class Issue primaryEntity
    class IssueAssignee associationEntity
    class IssueLabel associationEntity
    class Label primaryEntity
    class Milestone primaryEntity
    class PullRequestRequestedReviewer associationEntity
    class Repository primaryEntity
    class RepositoryToMonitor metadataEntity
    class Team primaryEntity
    class User primaryEntity
    class Workspace primaryEntity
